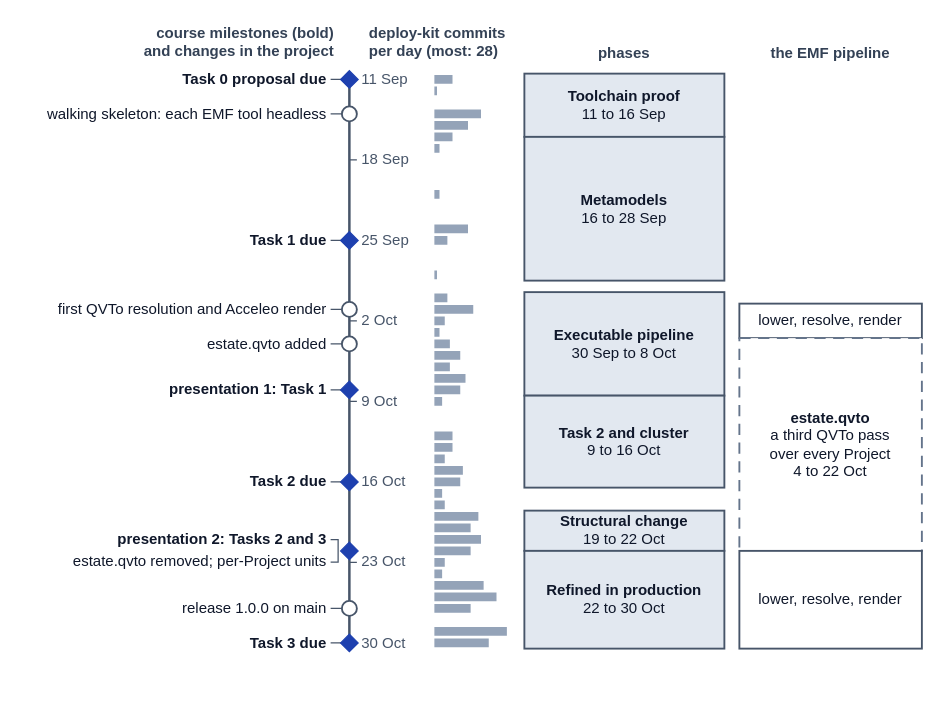
Earlier version of the draw.io diagram docs/mde/task-3-code-generation/Figures/timeline.drawio (JorisJonkers-dev/deploy-kit). Source tidied: cells renumbered, new cells numbered last; positions are measured from the earlier drawing's top-left corner, leaving out a move shared by most shapes. Both pictures are drawn from the tidied source at 125%, with x=0, y=0 at pixel (21, 21).
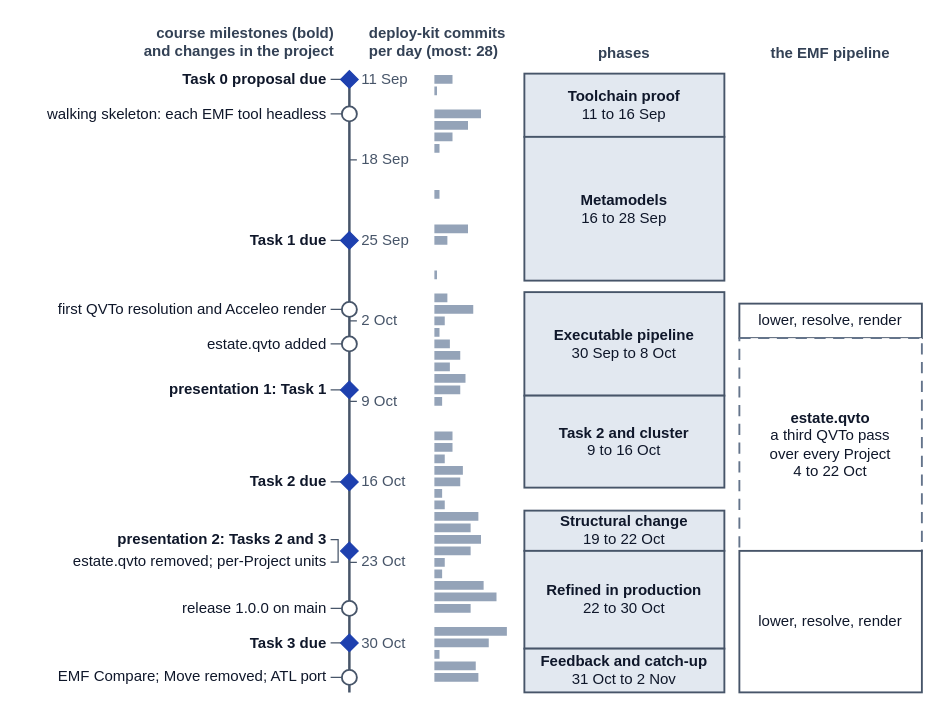
Above is the later version.

The edit, as a diff of the source:
```diff
@@
     <mxCell id="6" style="edgeStyle=orthogonalEdgeStyle;rounded=0;html=1;endArrow=none;endFill=1;startArrow=none;startFill=1;strokeColor=#475569;strokeWidth=2;fontFamily=Helvetica;fontSize=11;fontColor=#334155;labelBackgroundColor=#ffffff;endSize=6;startSize=6;edgeStyle=none;" parent="1" edge="1">
       <mxGeometry relative="1" as="geometry">
         <mxPoint x="262" y="40" as="sourcePoint" />
-        <mxPoint x="262" y="502.8" as="targetPoint" />
+        <mxPoint x="262" y="536.4" as="targetPoint" />
       </mxGeometry>
     </mxCell>
@@
     <mxCell id="101" value="lower, resolve, render" style="rounded=0;whiteSpace=wrap;html=1;align=center;verticalAlign=middle;fillColor=#ffffff;strokeColor=#475569;strokeWidth=1.5;fontFamily=Helvetica;fontSize=12;fontColor=#0f172a;spacing=4;" parent="1" vertex="1">
-      <mxGeometry x="574" y="423.2" width="146" height="78.2" as="geometry" />
+      <mxGeometry x="574" y="423.2" width="146" height="113.2" as="geometry" />
     </mxCell>
+    <mxCell id="102" style="rounded=0;fillColor=#94a3b8;strokeColor=none;" parent="1" vertex="1">
+      <mxGeometry x="330" y="502.5" width="4.1" height="7" as="geometry" />
+    </mxCell>
+    <mxCell id="103" style="rounded=0;fillColor=#94a3b8;strokeColor=none;" parent="1" vertex="1">
+      <mxGeometry x="330" y="511.7" width="33.1" height="7" as="geometry" />
+    </mxCell>
+    <mxCell id="104" style="rounded=0;fillColor=#94a3b8;strokeColor=none;" parent="1" vertex="1">
+      <mxGeometry x="330" y="520.9" width="35.2" height="7" as="geometry" />
+    </mxCell>
+    <mxCell id="105" value="EMF Compare; Move removed; ATL port" style="text;html=1;whiteSpace=wrap;align=right;verticalAlign=middle;fontFamily=Helvetica;fontSize=12;fontColor=#0f172a;spacing=0;strokeColor=none;fillColor=none;" parent="1" vertex="1">
+      <mxGeometry y="516.4" width="244" height="16" as="geometry" />
+    </mxCell>
+    <mxCell id="106" style="edgeStyle=orthogonalEdgeStyle;rounded=0;html=1;endArrow=none;endFill=1;startArrow=none;startFill=1;strokeColor=#475569;strokeWidth=1;fontFamily=Helvetica;fontSize=11;fontColor=#334155;labelBackgroundColor=#ffffff;endSize=6;startSize=6;edgeStyle=none;" parent="1" edge="1">
+      <mxGeometry relative="1" as="geometry">
+        <mxPoint x="247" y="524.4" as="sourcePoint" />
+        <mxPoint x="256" y="524.4" as="targetPoint" />
+      </mxGeometry>
+    </mxCell>
+    <mxCell id="107" style="ellipse;fillColor=#ffffff;strokeColor=#475569;strokeWidth=1.5;" parent="1" vertex="1">
+      <mxGeometry x="256" y="518.4" width="12" height="12" as="geometry" />
+    </mxCell>
+    <mxCell id="108" value="&lt;div style=&quot;line-height:1.1&quot;&gt;&lt;b&gt;Feedback and catch-up&lt;/b&gt;&lt;br&gt;31 Oct to 2 Nov&lt;/div&gt;" style="rounded=0;whiteSpace=wrap;html=1;align=center;verticalAlign=middle;fillColor=#e2e8f0;strokeColor=#475569;strokeWidth=1.5;fontFamily=Helvetica;fontSize=12;fontColor=#0f172a;spacing=0;" parent="1" vertex="1">
+      <mxGeometry x="402" y="501.4" width="160" height="35" as="geometry" />
+    </mxCell>
```
